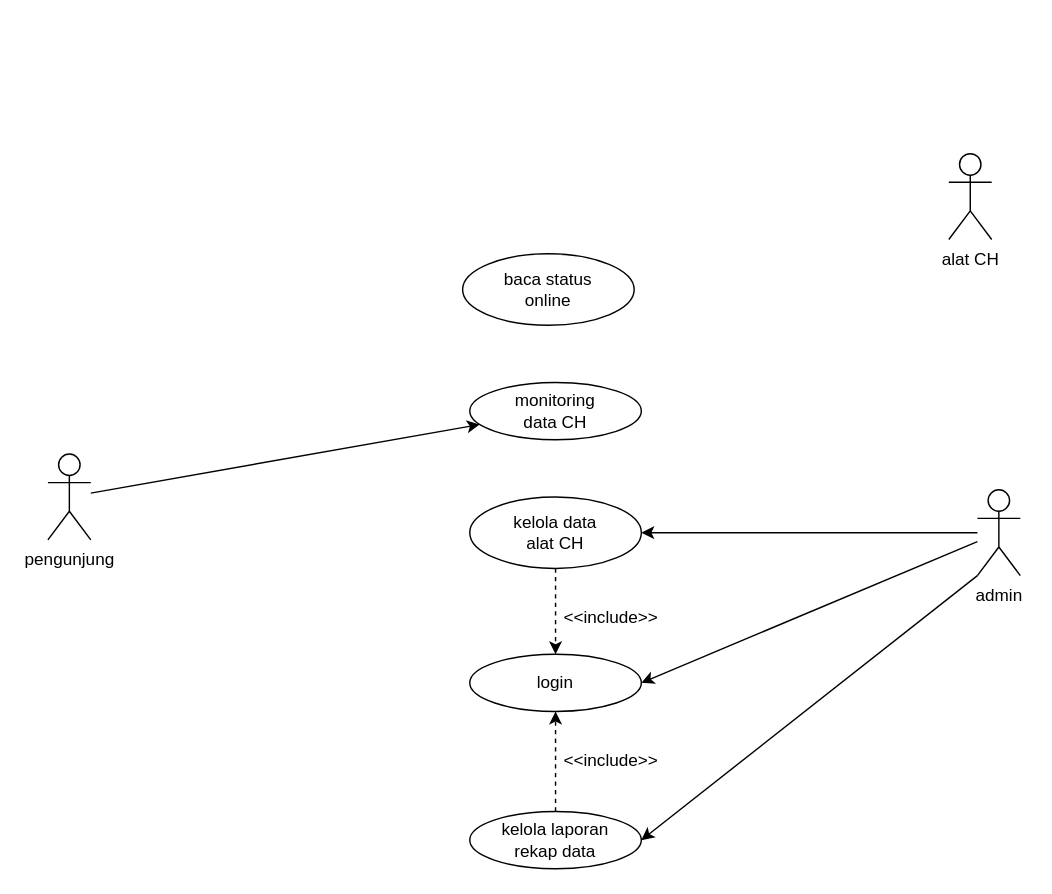
Before: Untitled Diagram.drawio in eenattayani/desain, a draw.io diagram. Source tidied: cells renumbered, new cells numbered last; positions are measured from the earlier drawing's top-left corner, leaving out a move shared by most shapes. Both pictures are drawn from the tidied source at 143%, with x=0, y=0 at pixel (47, 153).
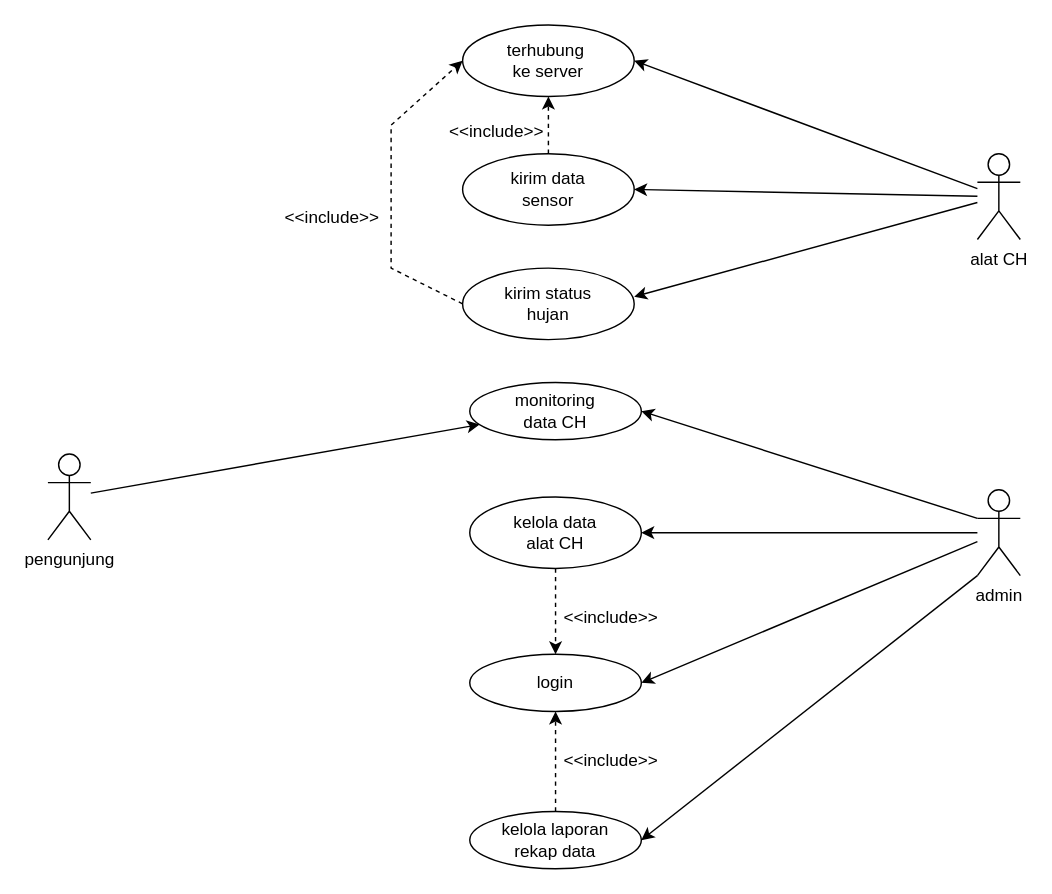
The same diagram, later.

Commit message:
enviranger Use Case Diagram.drawio

The change refers to these unchanged cells:
```xml
<mxCell id="5" value="admin" style="shape=umlActor;verticalLabelPosition=bottom;verticalAlign=top;html=1;outlineConnect=0;" parent="1" vertex="1">
  <mxGeometry x="650" y="235" width="30" height="60" as="geometry" />
</mxCell>
<mxCell id="15" value="monitoring&lt;div&gt;data CH&lt;/div&gt;" style="ellipse;whiteSpace=wrap;html=1;" parent="1" vertex="1">
  <mxGeometry x="295" y="160" width="120" height="40" as="geometry" />
</mxCell>
```

Change to the diagram source:
```diff
@@
     <mxCell id="3" value="alat CH" style="shape=umlActor;verticalLabelPosition=bottom;verticalAlign=top;html=1;outlineConnect=0;" parent="1" vertex="1">
-      <mxGeometry x="630" width="30" height="60" as="geometry" />
+      <mxGeometry x="650" width="30" height="60" as="geometry" />
     </mxCell>
@@
-    <mxCell id="17" value="baca status&lt;div&gt;online&lt;/div&gt;" style="ellipse;whiteSpace=wrap;html=1;" parent="1" vertex="1">
-      <mxGeometry x="290" y="70" width="120" height="50" as="geometry" />
+    <mxCell id="17" value="terhubung&amp;nbsp;&lt;div&gt;ke&amp;nbsp;&lt;span style=&quot;background-color: initial;&quot;&gt;server&lt;/span&gt;&lt;/div&gt;" style="ellipse;whiteSpace=wrap;html=1;" parent="1" vertex="1">
+      <mxGeometry x="290" y="-90" width="120" height="50" as="geometry" />
     </mxCell>
+    <mxCell id="18" value="kirim data&lt;div&gt;sensor&lt;/div&gt;" style="ellipse;whiteSpace=wrap;html=1;" parent="1" vertex="1">
+      <mxGeometry x="290" width="120" height="50" as="geometry" />
+    </mxCell>
+    <mxCell id="19" value="kirim status&lt;div&gt;hujan&lt;/div&gt;" style="ellipse;whiteSpace=wrap;html=1;" parent="1" vertex="1">
+      <mxGeometry x="290" y="80" width="120" height="50" as="geometry" />
+    </mxCell>
+    <mxCell id="20" style="endArrow=classic;html=1;rounded=0;entryX=1;entryY=0.4;entryDx=0;entryDy=0;entryPerimeter=0;" parent="1" edge="1" source="3" target="19">
+      <mxGeometry relative="1" as="geometry" />
+    </mxCell>
+    <mxCell id="21" style="endArrow=classic;html=1;rounded=0;entryX=1;entryY=0.5;entryDx=0;entryDy=0;" parent="1" edge="1" source="3" target="18">
+      <mxGeometry relative="1" as="geometry" />
+    </mxCell>
+    <mxCell id="22" style="endArrow=classic;html=1;rounded=0;entryX=1;entryY=0.5;entryDx=0;entryDy=0;" parent="1" edge="1" source="3" target="17">
+      <mxGeometry relative="1" as="geometry" />
+    </mxCell>
+    <mxCell id="23" style="endArrow=classic;html=1;rounded=0;entryX=0;entryY=0.5;entryDx=0;entryDy=0;exitX=0;exitY=0.5;exitDx=0;exitDy=0;dashed=1;" parent="1" edge="1" source="19" target="17">
+      <mxGeometry relative="1" as="geometry">
+        <Array as="points">
+          <mxPoint x="240" y="80" />
+          <mxPoint x="240" y="-20" />
+        </Array>
+      </mxGeometry>
+    </mxCell>
+    <mxCell id="24" value="&amp;lt;&amp;lt;include&amp;gt;&amp;gt;" style="text;strokeColor=none;fillColor=none;align=left;verticalAlign=middle;spacingLeft=4;spacingRight=4;overflow=hidden;whiteSpace=wrap;html=1;" parent="1" vertex="1">
+      <mxGeometry x="160" y="30" width="80" height="30" as="geometry" />
+    </mxCell>
+    <mxCell id="25" style="endArrow=classic;html=1;rounded=0;entryX=0.5;entryY=1;entryDx=0;entryDy=0;exitX=0.5;exitY=0;exitDx=0;exitDy=0;dashed=1;" parent="1" edge="1" source="18" target="17">
+      <mxGeometry relative="1" as="geometry" />
+    </mxCell>
+    <mxCell id="26" value="&amp;lt;&amp;lt;include&amp;gt;&amp;gt;" style="text;strokeColor=none;fillColor=none;align=left;verticalAlign=middle;spacingLeft=4;spacingRight=4;overflow=hidden;whiteSpace=wrap;html=1;" parent="1" vertex="1">
+      <mxGeometry x="275" y="-30" width="80" height="30" as="geometry" />
+    </mxCell>
+    <mxCell id="27" style="endArrow=classic;html=1;rounded=0;entryX=1;entryY=0.5;entryDx=0;entryDy=0;exitX=0;exitY=0.3333333333333333;exitDx=0;exitDy=0;exitPerimeter=0;" parent="1" edge="1" source="5" target="15">
+      <mxGeometry relative="1" as="geometry" />
+    </mxCell>
```
